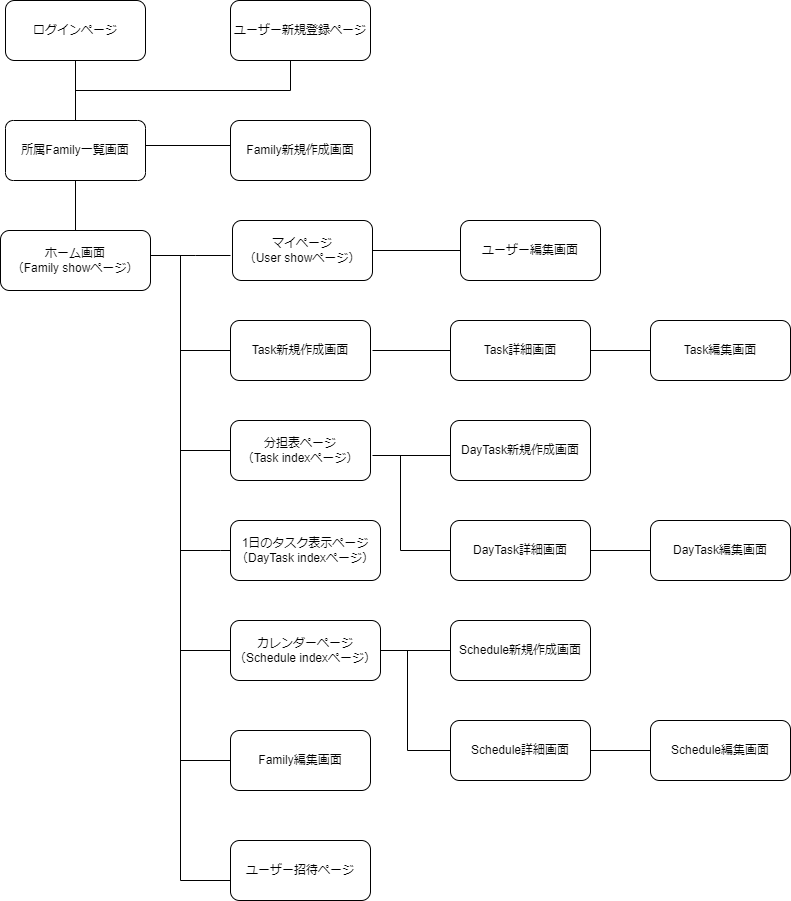
Before: screen_transition.drawio.png, a diagram exported from draw.io (shiratama317/chesk). Source tidied: cells renumbered, new cells last; positions are measured from the earlier drawing's top-left corner, leaving out a move shared by most shapes. Its diagram source:
```xml
<mxGraphModel>
  <root>
    <mxCell id="0" />
    <mxCell id="1" parent="0" />
    <mxCell id="2" value="ログインページ" style="rounded=1;whiteSpace=wrap;html=1;" parent="1" vertex="1">
      <mxGeometry x="5" width="140" height="60" as="geometry" />
    </mxCell>
    <mxCell id="3" style="edgeStyle=none;html=1;entryX=0;entryY=0.5;entryDx=0;entryDy=0;endArrow=none;endFill=0;" parent="1" edge="1" target="8">
      <mxGeometry relative="1" as="geometry">
        <mxPoint x="180" y="350" as="sourcePoint" />
        <Array as="points">
          <mxPoint x="180" y="350" />
        </Array>
      </mxGeometry>
    </mxCell>
    <mxCell id="4" style="edgeStyle=none;html=1;exitX=0.5;exitY=0;exitDx=0;exitDy=0;endArrow=none;endFill=0;entryX=0.5;entryY=1;entryDx=0;entryDy=0;" parent="1" edge="1" source="5" target="40">
      <mxGeometry relative="1" as="geometry" />
    </mxCell>
    <mxCell id="5" value="ホーム画面&lt;br&gt;（Family showページ）" style="rounded=1;whiteSpace=wrap;html=1;" parent="1" vertex="1">
      <mxGeometry y="230" width="150" height="60" as="geometry" />
    </mxCell>
    <mxCell id="6" value="ユーザー新規登録ページ" style="rounded=1;whiteSpace=wrap;html=1;" parent="1" vertex="1">
      <mxGeometry x="230" width="140" height="60" as="geometry" />
    </mxCell>
    <mxCell id="7" value="マイページ&lt;br&gt;（User showページ）" style="rounded=1;whiteSpace=wrap;html=1;" parent="1" vertex="1">
      <mxGeometry x="232" y="220" width="140" height="60" as="geometry" />
    </mxCell>
    <mxCell id="8" value="Task新規作成画面" style="rounded=1;whiteSpace=wrap;html=1;" parent="1" vertex="1">
      <mxGeometry x="230" y="320" width="140" height="60" as="geometry" />
    </mxCell>
    <mxCell id="9" value="分担表ページ&lt;br&gt;（Task indexページ）" style="rounded=1;whiteSpace=wrap;html=1;" parent="1" vertex="1">
      <mxGeometry x="230" y="420" width="140" height="60" as="geometry" />
    </mxCell>
    <mxCell id="10" value="1日のタスク表示ページ&lt;br&gt;（DayTask indexページ）" style="rounded=1;whiteSpace=wrap;html=1;" parent="1" vertex="1">
      <mxGeometry x="230" y="520" width="150" height="60" as="geometry" />
    </mxCell>
    <mxCell id="11" value="カレンダーページ&lt;br&gt;（Schedule indexページ）" style="rounded=1;whiteSpace=wrap;html=1;" parent="1" vertex="1">
      <mxGeometry x="230" y="620" width="150" height="60" as="geometry" />
    </mxCell>
    <mxCell id="12" value="ユーザー編集画面" style="rounded=1;whiteSpace=wrap;html=1;" parent="1" vertex="1">
      <mxGeometry x="460" y="220" width="140" height="60" as="geometry" />
    </mxCell>
    <mxCell id="13" value="Family新規作成画面" style="rounded=1;whiteSpace=wrap;html=1;" parent="1" vertex="1">
      <mxGeometry x="230" y="120" width="140" height="60" as="geometry" />
    </mxCell>
    <mxCell id="14" value="Family編集画面" style="rounded=1;whiteSpace=wrap;html=1;" parent="1" vertex="1">
      <mxGeometry x="230" y="730" width="140" height="60" as="geometry" />
    </mxCell>
    <mxCell id="15" value="ユーザー招待ページ" style="rounded=1;whiteSpace=wrap;html=1;" parent="1" vertex="1">
      <mxGeometry x="230" y="840" width="140" height="60" as="geometry" />
    </mxCell>
    <mxCell id="16" value="Task編集画面" style="rounded=1;whiteSpace=wrap;html=1;" parent="1" vertex="1">
      <mxGeometry x="650" y="320" width="140" height="60" as="geometry" />
    </mxCell>
    <mxCell id="17" value="Task詳細画面" style="rounded=1;whiteSpace=wrap;html=1;" parent="1" vertex="1">
      <mxGeometry x="450" y="320" width="140" height="60" as="geometry" />
    </mxCell>
    <mxCell id="18" value="DayTask新規作成画面" style="rounded=1;whiteSpace=wrap;html=1;" parent="1" vertex="1">
      <mxGeometry x="450" y="420" width="140" height="60" as="geometry" />
    </mxCell>
    <mxCell id="19" value="DayTask詳細画面" style="rounded=1;whiteSpace=wrap;html=1;" parent="1" vertex="1">
      <mxGeometry x="450" y="520" width="140" height="60" as="geometry" />
    </mxCell>
    <mxCell id="20" value="DayTask編集画面" style="rounded=1;whiteSpace=wrap;html=1;" parent="1" vertex="1">
      <mxGeometry x="650" y="520" width="140" height="60" as="geometry" />
    </mxCell>
    <mxCell id="21" value="Schedule新規作成画面" style="rounded=1;whiteSpace=wrap;html=1;" parent="1" vertex="1">
      <mxGeometry x="450" y="620" width="140" height="60" as="geometry" />
    </mxCell>
    <mxCell id="22" value="Schedule詳細画面" style="rounded=1;whiteSpace=wrap;html=1;" parent="1" vertex="1">
      <mxGeometry x="450" y="720" width="140" height="60" as="geometry" />
    </mxCell>
    <mxCell id="23" value="Schedule編集画面" style="rounded=1;whiteSpace=wrap;html=1;" parent="1" vertex="1">
      <mxGeometry x="650" y="720" width="140" height="60" as="geometry" />
    </mxCell>
    <mxCell id="24" style="edgeStyle=segmentEdgeStyle;endArrow=none;html=1;curved=0;rounded=0;endSize=8;startSize=8;endFill=0;startArrow=none;exitX=0.75;exitY=0.5;exitDx=0;exitDy=0;exitPerimeter=0;" parent="1" edge="1" source="43">
      <mxGeometry relative="1" as="geometry">
        <mxPoint x="230" y="880" as="targetPoint" />
        <Array as="points">
          <mxPoint x="180" y="255" />
          <mxPoint x="180" y="880" />
        </Array>
      </mxGeometry>
    </mxCell>
    <mxCell id="25" style="line;strokeWidth=1;html=1;" parent="1" vertex="1">
      <mxGeometry x="180" y="445" width="50" height="10" as="geometry" />
    </mxCell>
    <mxCell id="26" style="edgeStyle=none;html=1;exitX=1;exitY=0.5;exitDx=0;exitDy=0;exitPerimeter=0;entryX=0;entryY=0.5;entryDx=0;entryDy=0;endArrow=none;endFill=0;" parent="1" edge="1" source="27" target="10">
      <mxGeometry relative="1" as="geometry" />
    </mxCell>
    <mxCell id="27" style="line;strokeWidth=1;html=1;" parent="1" vertex="1">
      <mxGeometry x="180" y="545" width="40" height="10" as="geometry" />
    </mxCell>
    <mxCell id="28" style="line;strokeWidth=1;html=1;perimeter=backbonePerimeter;" parent="1" vertex="1">
      <mxGeometry x="372" y="245" width="88" height="10" as="geometry" />
    </mxCell>
    <mxCell id="29" style="line;strokeWidth=1;html=1;perimeter=backbonePerimeter;" parent="1" vertex="1">
      <mxGeometry x="372" y="345" width="78" height="10" as="geometry" />
    </mxCell>
    <mxCell id="30" style="line;strokeWidth=1;html=1;perimeter=backbonePerimeter;points=[];outlineConnect=0;" parent="1" vertex="1">
      <mxGeometry x="380" y="645" width="70" height="10" as="geometry" />
    </mxCell>
    <mxCell id="31" style="edgeStyle=segmentEdgeStyle;endArrow=none;html=1;curved=0;rounded=0;endSize=8;startSize=8;endFill=0;" parent="1" edge="1" target="33">
      <mxGeometry relative="1" as="geometry">
        <mxPoint x="450" y="550" as="sourcePoint" />
        <Array as="points">
          <mxPoint x="400" y="550" />
        </Array>
      </mxGeometry>
    </mxCell>
    <mxCell id="32" style="edgeStyle=segmentEdgeStyle;endArrow=none;html=1;curved=0;rounded=0;endSize=8;startSize=8;endFill=0;exitX=0;exitY=0.5;exitDx=0;exitDy=0;" parent="1" edge="1" source="22" target="30">
      <mxGeometry relative="1" as="geometry">
        <Array as="points">
          <mxPoint x="407" y="750" />
        </Array>
      </mxGeometry>
    </mxCell>
    <mxCell id="33" style="line;strokeWidth=1;html=1;perimeter=backbonePerimeter;points=[];outlineConnect=0;" parent="1" vertex="1">
      <mxGeometry x="372" y="450" width="78" height="10" as="geometry" />
    </mxCell>
    <mxCell id="34" style="line;strokeWidth=1;html=1;perimeter=backbonePerimeter;points=[];outlineConnect=0;" parent="1" vertex="1">
      <mxGeometry x="180" y="755" width="50" height="10" as="geometry" />
    </mxCell>
    <mxCell id="35" style="line;strokeWidth=1;html=1;perimeter=backbonePerimeter;" parent="1" vertex="1">
      <mxGeometry x="590" y="345" width="60" height="10" as="geometry" />
    </mxCell>
    <mxCell id="36" style="line;strokeWidth=1;html=1;perimeter=backbonePerimeter;" parent="1" vertex="1">
      <mxGeometry x="590" y="545" width="60" height="10" as="geometry" />
    </mxCell>
    <mxCell id="37" style="line;strokeWidth=1;html=1;perimeter=backbonePerimeter;" parent="1" vertex="1">
      <mxGeometry x="590" y="745" width="60" height="10" as="geometry" />
    </mxCell>
    <mxCell id="38" style="edgeStyle=segmentEdgeStyle;endArrow=none;html=1;curved=0;rounded=0;endSize=8;startSize=8;endFill=0;exitX=0.5;exitY=0;exitDx=0;exitDy=0;" parent="1" edge="1" source="40">
      <mxGeometry relative="1" as="geometry">
        <mxPoint x="290" y="60" as="targetPoint" />
        <Array as="points">
          <mxPoint x="75" y="90" />
          <mxPoint x="290" y="90" />
          <mxPoint x="290" y="60" />
        </Array>
      </mxGeometry>
    </mxCell>
    <mxCell id="39" style="edgeStyle=none;html=1;exitX=0.5;exitY=0;exitDx=0;exitDy=0;entryX=0.5;entryY=1;entryDx=0;entryDy=0;endArrow=none;endFill=0;" parent="1" edge="1" source="40" target="2">
      <mxGeometry relative="1" as="geometry" />
    </mxCell>
    <mxCell id="40" value="所属Family一覧画面" style="rounded=1;whiteSpace=wrap;html=1;arcSize=13;" parent="1" vertex="1">
      <mxGeometry x="5" y="120" width="140" height="60" as="geometry" />
    </mxCell>
    <mxCell id="41" style="line;strokeWidth=1;html=1;perimeter=backbonePerimeter;" parent="1" vertex="1">
      <mxGeometry x="180" y="645" width="50" height="10" as="geometry" />
    </mxCell>
    <mxCell id="42" style="edgeStyle=segmentEdgeStyle;endArrow=none;html=1;curved=0;rounded=0;endSize=8;startSize=8;endFill=0;" parent="1" edge="1" target="43">
      <mxGeometry relative="1" as="geometry">
        <mxPoint x="230" y="255" as="sourcePoint" />
      </mxGeometry>
    </mxCell>
    <mxCell id="43" style="line;strokeWidth=1;html=1;" parent="1" vertex="1">
      <mxGeometry x="150" y="250" width="45" height="10" as="geometry" />
    </mxCell>
    <mxCell id="44" style="line;strokeWidth=1;html=1;perimeter=backbonePerimeter;" parent="1" vertex="1">
      <mxGeometry x="145" y="140" width="85" height="10" as="geometry" />
    </mxCell>
  </root>
</mxGraphModel>
```
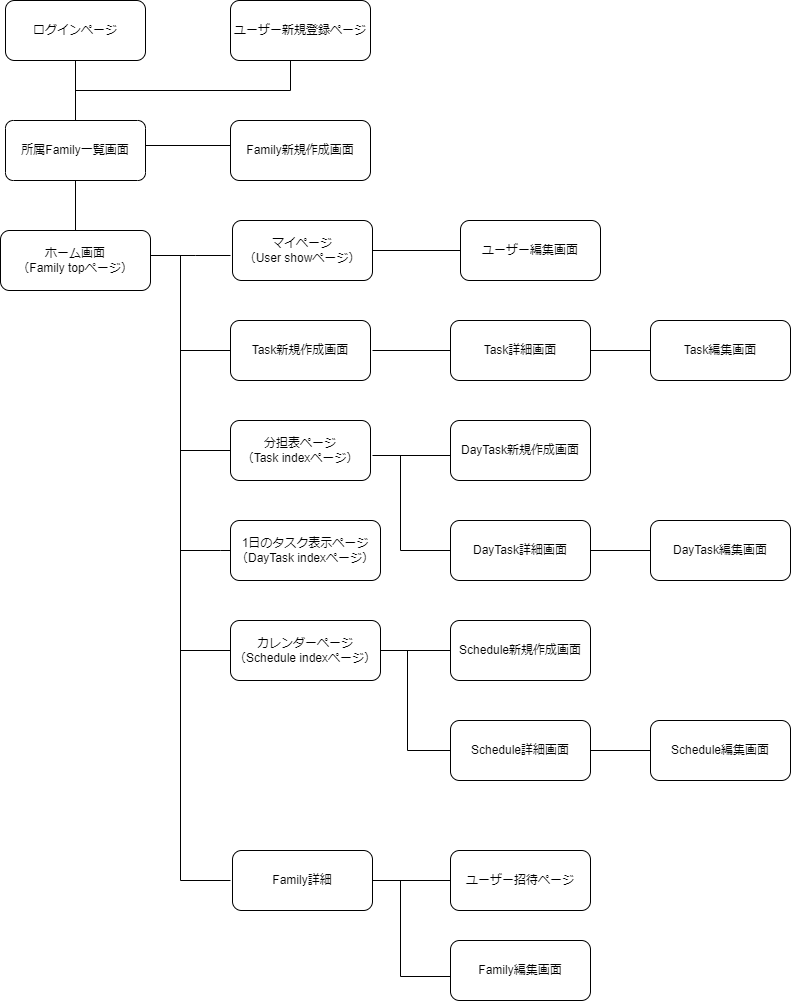
After the commit.

What changed in the source:
```diff
@@ -16,7 +16,7 @@
     <mxCell id="4" style="edgeStyle=none;html=1;exitX=0.5;exitY=0;exitDx=0;exitDy=0;endArrow=none;endFill=0;entryX=0.5;entryY=1;entryDx=0;entryDy=0;" parent="1" edge="1" source="5" target="40">
       <mxGeometry relative="1" as="geometry" />
     </mxCell>
-    <mxCell id="5" value="ホーム画面&lt;br&gt;（Family showページ）" style="rounded=1;whiteSpace=wrap;html=1;" parent="1" vertex="1">
+    <mxCell id="5" value="ホーム画面&lt;br&gt;（Family topページ）" style="rounded=1;whiteSpace=wrap;html=1;" parent="1" vertex="1">
       <mxGeometry y="230" width="150" height="60" as="geometry" />
     </mxCell>
     <mxCell id="6" value="ユーザー新規登録ページ" style="rounded=1;whiteSpace=wrap;html=1;" parent="1" vertex="1">
@@ -43,11 +43,14 @@
     <mxCell id="13" value="Family新規作成画面" style="rounded=1;whiteSpace=wrap;html=1;" parent="1" vertex="1">
       <mxGeometry x="230" y="120" width="140" height="60" as="geometry" />
     </mxCell>
+    <mxCell id="45" style="edgeStyle=none;html=1;" parent="1" edge="1" source="14" target="34">
+      <mxGeometry relative="1" as="geometry" />
+    </mxCell>
-    <mxCell id="14" value="Family編集画面" style="rounded=1;whiteSpace=wrap;html=1;" parent="1" vertex="1">
-      <mxGeometry x="230" y="730" width="140" height="60" as="geometry" />
+    <mxCell id="14" value="Family詳細" style="rounded=1;whiteSpace=wrap;html=1;" parent="1" vertex="1">
+      <mxGeometry x="232" y="850" width="140" height="60" as="geometry" />
     </mxCell>
     <mxCell id="15" value="ユーザー招待ページ" style="rounded=1;whiteSpace=wrap;html=1;" parent="1" vertex="1">
-      <mxGeometry x="230" y="840" width="140" height="60" as="geometry" />
+      <mxGeometry x="450" y="850" width="140" height="60" as="geometry" />
     </mxCell>
     <mxCell id="16" value="Task編集画面" style="rounded=1;whiteSpace=wrap;html=1;" parent="1" vertex="1">
       <mxGeometry x="650" y="320" width="140" height="60" as="geometry" />
@@ -119,7 +122,7 @@
       <mxGeometry x="372" y="450" width="78" height="10" as="geometry" />
     </mxCell>
     <mxCell id="34" style="line;strokeWidth=1;html=1;perimeter=backbonePerimeter;points=[];outlineConnect=0;" parent="1" vertex="1">
-      <mxGeometry x="180" y="755" width="50" height="10" as="geometry" />
+      <mxGeometry x="372" y="875" width="78" height="10" as="geometry" />
     </mxCell>
     <mxCell id="35" style="line;strokeWidth=1;html=1;perimeter=backbonePerimeter;" parent="1" vertex="1">
       <mxGeometry x="590" y="345" width="60" height="10" as="geometry" />
@@ -160,5 +163,16 @@
     <mxCell id="44" style="line;strokeWidth=1;html=1;perimeter=backbonePerimeter;" parent="1" vertex="1">
       <mxGeometry x="145" y="140" width="85" height="10" as="geometry" />
     </mxCell>
+    <mxCell id="46" value="Family編集画面" style="rounded=1;whiteSpace=wrap;html=1;" parent="1" vertex="1">
+      <mxGeometry x="450" y="940" width="140" height="60" as="geometry" />
+    </mxCell>
+    <mxCell id="47" style="edgeStyle=segmentEdgeStyle;endArrow=none;html=1;curved=0;rounded=0;endSize=8;startSize=8;endFill=0;exitX=0;exitY=0.5;exitDx=0;exitDy=0;" parent="1" edge="1" source="46" target="34">
+      <mxGeometry relative="1" as="geometry">
+        <Array as="points">
+          <mxPoint x="450" y="976" />
+          <mxPoint x="400" y="976" />
+        </Array>
+      </mxGeometry>
+    </mxCell>
   </root>
 </mxGraphModel>
```
